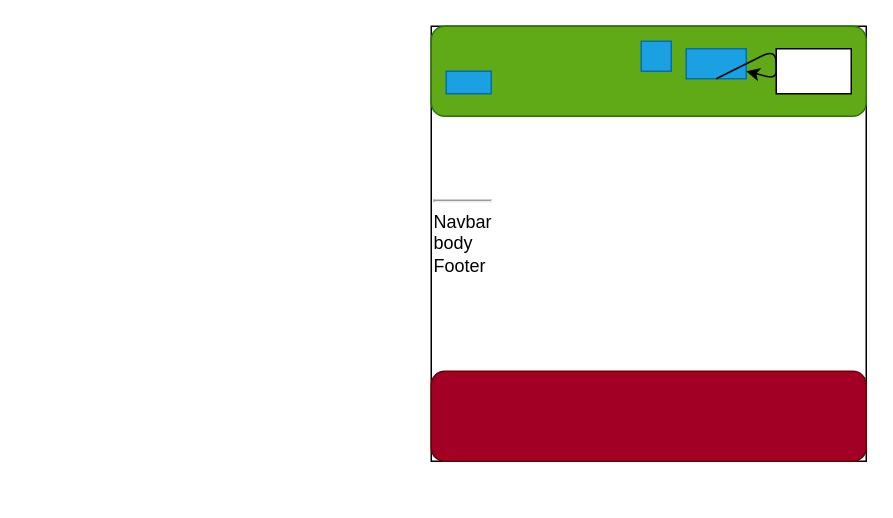
The draw.io diagram design.dio in SD-CODE-OEB/stationery_react, before the edit. Source tidied: cells renumbered, new cells numbered last; positions are measured from the earlier drawing's top-left corner, leaving out a move shared by most shapes. Both pictures are drawn from the tidied source at 150%, with x=0, y=0 at pixel (430, 26).
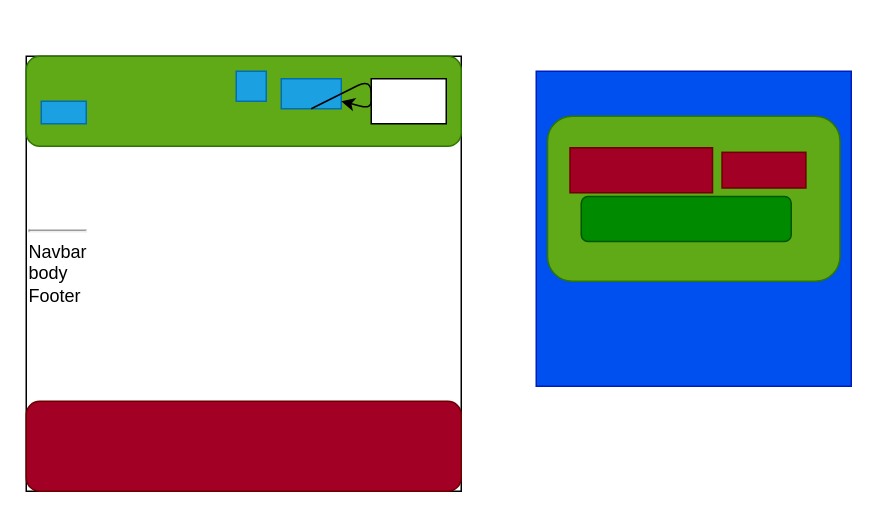
Above is the later version.

The edit, as a diff of the source:
```diff
@@
 <mxGraphModel>
   <root>
     <mxCell id="0" />
     <mxCell id="1" parent="0" />
+    <mxCell id="10" style="group;" parent="1" vertex="1">
+      <mxGeometry x="-270" y="20" width="290" height="290" as="geometry" />
+    </mxCell>
-    <mxCell id="2" value="&lt;hr id=&quot;null&quot;&gt;Navbar&lt;br&gt;body&lt;br&gt;Footer&lt;br&gt;&lt;br&gt;" style="whiteSpace=wrap;html=1;fontFamily=Helvetica;align=left;" parent="1" vertex="1">
+    <mxCell id="2" value="&lt;hr id=&quot;null&quot;&gt;Navbar&lt;br&gt;body&lt;br&gt;Footer&lt;br&gt;&lt;br&gt;" style="whiteSpace=wrap;html=1;fontFamily=Helvetica;align=left;" parent="10" vertex="1">
       <mxGeometry width="290" height="290" as="geometry" />
     </mxCell>
-    <mxCell id="3" style="rounded=1;whiteSpace=wrap;html=1;fontFamily=Helvetica;fillColor=#60a917;fontColor=#ffffff;strokeColor=#2D7600;" parent="1" vertex="1">
+    <mxCell id="3" style="rounded=1;whiteSpace=wrap;html=1;fontFamily=Helvetica;fillColor=#60a917;fontColor=#ffffff;strokeColor=#2D7600;" parent="10" vertex="1">
       <mxGeometry width="290" height="60" as="geometry" />
     </mxCell>
-    <mxCell id="4" style="rounded=1;whiteSpace=wrap;html=1;fontFamily=Helvetica;fillColor=#a20025;fontColor=#ffffff;strokeColor=#6F0000;" parent="1" vertex="1">
+    <mxCell id="4" style="rounded=1;whiteSpace=wrap;html=1;fontFamily=Helvetica;fillColor=#a20025;fontColor=#ffffff;strokeColor=#6F0000;" parent="10" vertex="1">
       <mxGeometry y="230" width="290" height="60" as="geometry" />
     </mxCell>
-    <mxCell id="5" style="rounded=0;whiteSpace=wrap;html=1;fontFamily=Helvetica;fillColor=#1ba1e2;fontColor=#ffffff;strokeColor=#006EAF;" parent="1" vertex="1">
+    <mxCell id="5" style="rounded=0;whiteSpace=wrap;html=1;fontFamily=Helvetica;fillColor=#1ba1e2;fontColor=#ffffff;strokeColor=#006EAF;" parent="10" vertex="1">
       <mxGeometry x="10" y="30" width="30" height="15" as="geometry" />
     </mxCell>
-    <mxCell id="6" style="rounded=0;whiteSpace=wrap;html=1;fontFamily=Helvetica;fillColor=#1ba1e2;fontColor=#ffffff;strokeColor=#006EAF;" parent="1" vertex="1">
+    <mxCell id="6" style="rounded=0;whiteSpace=wrap;html=1;fontFamily=Helvetica;fillColor=#1ba1e2;fontColor=#ffffff;strokeColor=#006EAF;" parent="10" vertex="1">
       <mxGeometry x="140" y="10" width="20" height="20" as="geometry" />
     </mxCell>
-    <mxCell id="7" style="rounded=0;whiteSpace=wrap;html=1;fontFamily=Helvetica;fillColor=#1ba1e2;fontColor=#ffffff;strokeColor=#006EAF;" parent="1" vertex="1">
+    <mxCell id="7" style="rounded=0;whiteSpace=wrap;html=1;fontFamily=Helvetica;fillColor=#1ba1e2;fontColor=#ffffff;strokeColor=#006EAF;" parent="10" vertex="1">
       <mxGeometry x="170" y="15" width="40" height="20" as="geometry" />
     </mxCell>
-    <mxCell id="8" style="rounded=0;whiteSpace=wrap;html=1;fontFamily=Helvetica;" parent="1" vertex="1">
+    <mxCell id="8" style="rounded=0;whiteSpace=wrap;html=1;fontFamily=Helvetica;" parent="10" vertex="1">
       <mxGeometry x="230" y="15" width="50" height="30" as="geometry" />
     </mxCell>
-    <mxCell id="9" style="edgeStyle=none;html=1;exitX=0.5;exitY=1;exitDx=0;exitDy=0;fontFamily=Helvetica;" parent="1" edge="1" source="7" target="7">
+    <mxCell id="9" style="edgeStyle=none;html=1;exitX=0.5;exitY=1;exitDx=0;exitDy=0;fontFamily=Helvetica;" parent="10" edge="1" source="7" target="7">
       <mxGeometry relative="1" as="geometry" />
     </mxCell>
+    <mxCell id="11" style="whiteSpace=wrap;html=1;fillColor=#0050ef;fontColor=#ffffff;strokeColor=#001DBC;" parent="1" vertex="1">
+      <mxGeometry x="70" y="30" width="210" height="210" as="geometry" />
+    </mxCell>
+    <mxCell id="12" style="rounded=1;whiteSpace=wrap;html=1;fillColor=#60a917;fontColor=#ffffff;strokeColor=#2D7600;" parent="1" vertex="1">
+      <mxGeometry x="77.5" y="60" width="195" height="110" as="geometry" />
+    </mxCell>
+    <mxCell id="13" style="rounded=0;whiteSpace=wrap;html=1;rotation=90;fillColor=#a20025;fontColor=#ffffff;strokeColor=#6F0000;" parent="1" vertex="1">
+      <mxGeometry x="125" y="48.5" width="30" height="95" as="geometry" />
+    </mxCell>
+    <mxCell id="14" style="rounded=0;whiteSpace=wrap;html=1;rotation=90;fillColor=#a20025;fontColor=#ffffff;strokeColor=#6F0000;" parent="1" vertex="1">
+      <mxGeometry x="209.9" y="68" width="23.8" height="55.9" as="geometry" />
+    </mxCell>
+    <mxCell id="15" style="rounded=1;whiteSpace=wrap;html=1;fillColor=#008a00;fontColor=#ffffff;strokeColor=#005700;" parent="1" vertex="1">
+      <mxGeometry x="100" y="113.5" width="140" height="30" as="geometry" />
+    </mxCell>
   </root>
 </mxGraphModel>
```
